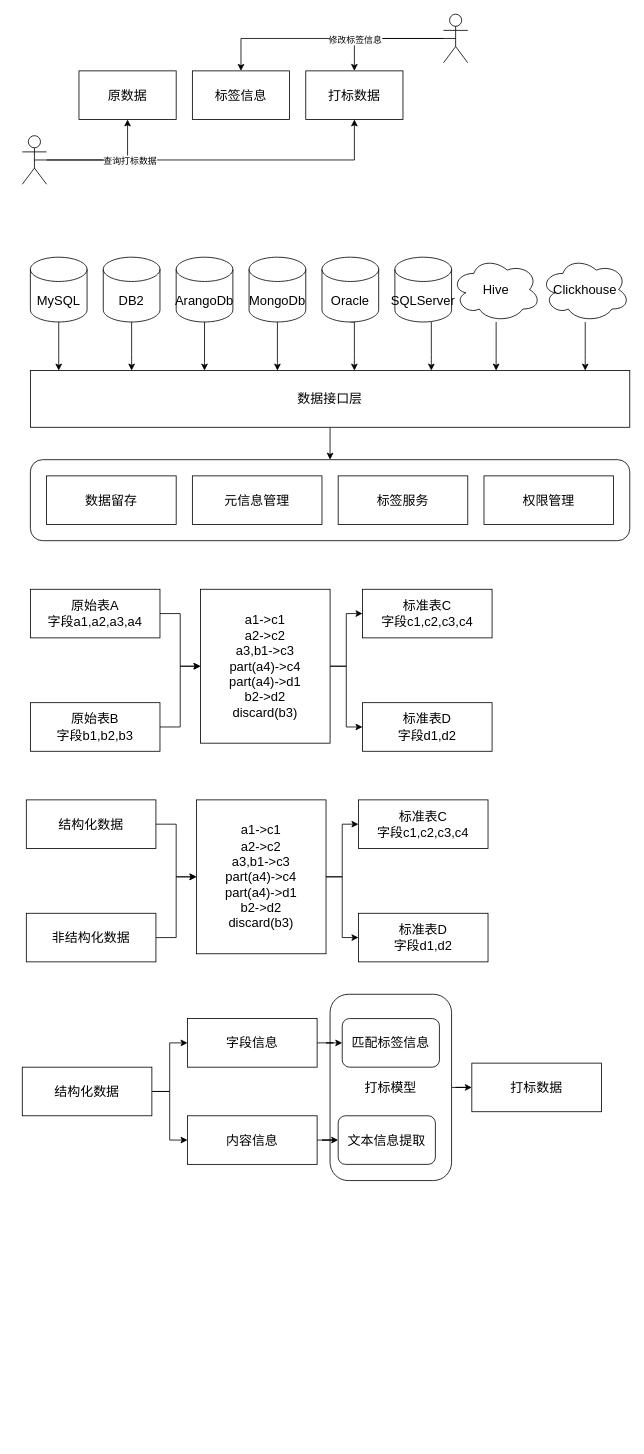
Before: 未命名绘图.drawio in dcvx/draw.io, a draw.io diagram. Source tidied: cells renumbered, new cells numbered last; positions are measured from the earlier drawing's top-left corner, leaving out a move shared by most shapes. Both pictures are drawn from the tidied source at 81%, with x=0, y=0 at pixel (22, 14).
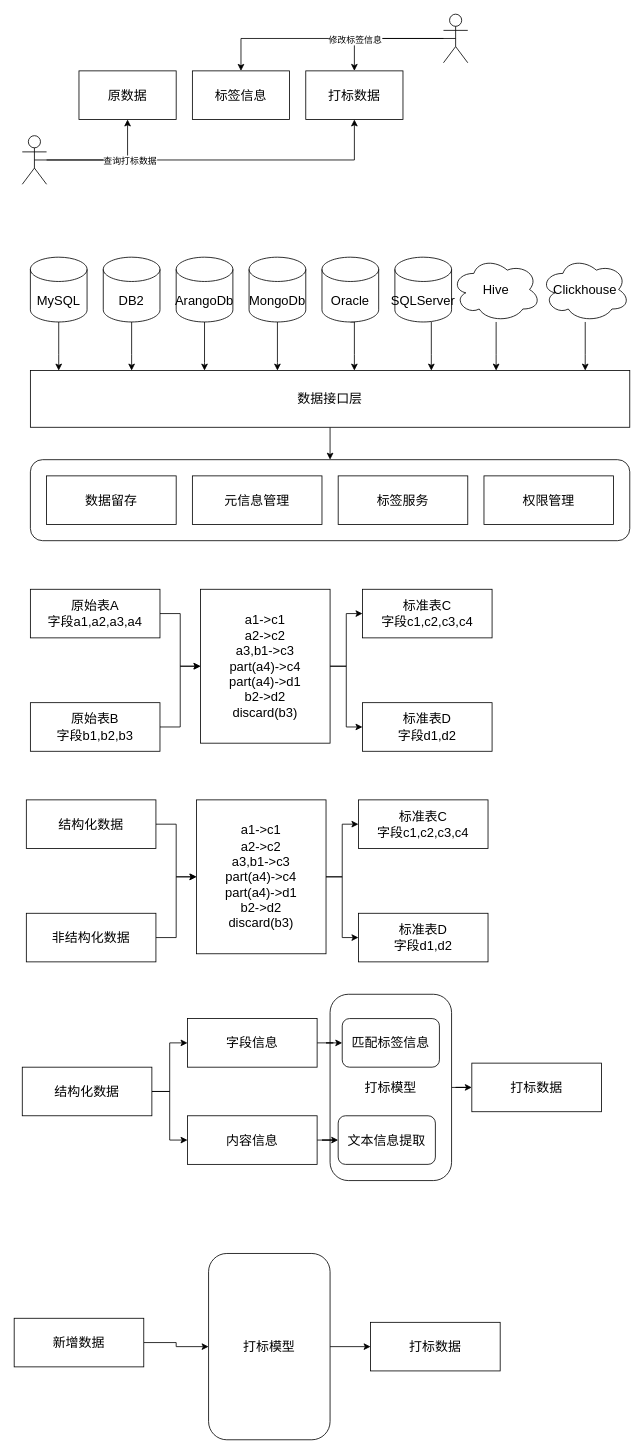
The same diagram, later.

Commit message:
更新未命名绘图.drawio

Change to the diagram source:
```diff
@@
+    <mxCell id="66" style="edgeStyle=orthogonalEdgeStyle;rounded=0;jettySize=auto;html=1;entryX=0;entryY=0.5;entryDx=0;entryDy=0;" parent="1" edge="1" source="67" target="69">
+      <mxGeometry relative="1" as="geometry" />
+    </mxCell>
+    <mxCell id="67" value="新增数据" style="rounded=0;whiteSpace=wrap;html=1;fontSize=16;" parent="1" vertex="1">
+      <mxGeometry x="-10" y="1610" width="160" height="60" as="geometry" />
+    </mxCell>
+    <mxCell id="68" style="edgeStyle=orthogonalEdgeStyle;rounded=0;jettySize=auto;html=1;exitX=1;exitY=0.5;exitDx=0;exitDy=0;" parent="1" edge="1" source="69" target="70">
+      <mxGeometry relative="1" as="geometry" />
+    </mxCell>
+    <mxCell id="69" value="打标模型" style="rounded=1;whiteSpace=wrap;html=1;fontSize=16;" parent="1" vertex="1">
+      <mxGeometry x="230" y="1530" width="150" height="230" as="geometry" />
+    </mxCell>
+    <mxCell id="70" value="打标数据" style="rounded=0;whiteSpace=wrap;html=1;fontSize=16;" parent="1" vertex="1">
+      <mxGeometry x="430" y="1615" width="160" height="60" as="geometry" />
+    </mxCell>
```
